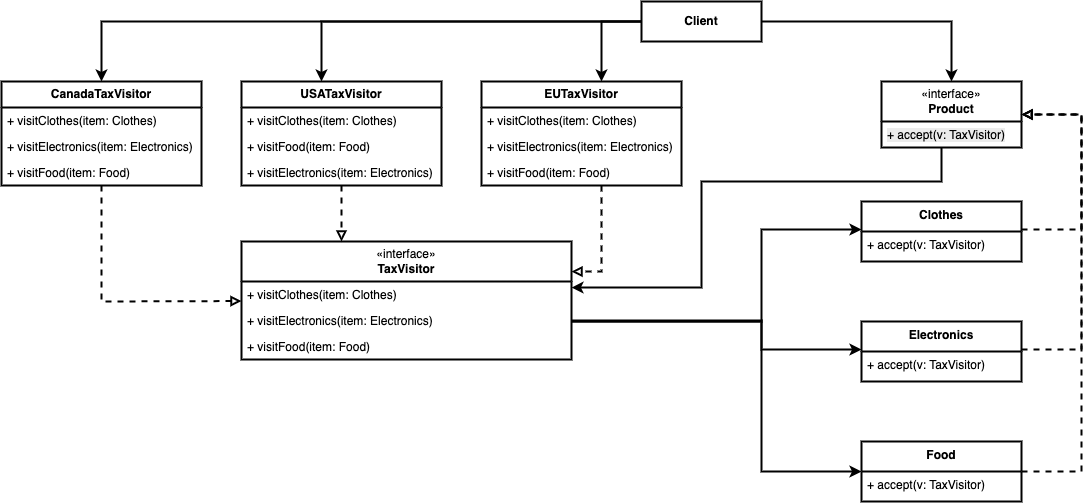
Above: Visitor/Diagram/Solution.drawio.png in namkiet/Seminar-CS202 (draw.io), before the change. Source tidied: cells renumbered, new cells last; positions are measured from the earlier drawing's top-left corner, leaving out a move shared by most shapes.
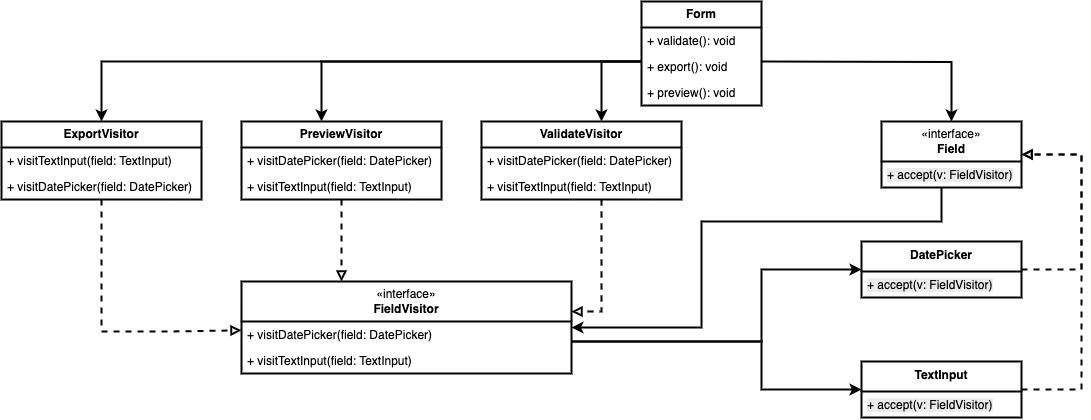
After the commit.

What changed in the source:
```diff
@@ -10,39 +10,41 @@
         </Array>
       </mxGeometry>
     </mxCell>
-    <mxCell id="3" value="Clothes" style="swimlane;fontStyle=1;align=center;verticalAlign=top;horizontal=1;startSize=30;whiteSpace=wrap;html=1;strokeWidth=2;" parent="1" vertex="1">
-      <mxGeometry x="860" y="200" width="160" height="60" as="geometry" />
+    <mxCell id="3" value="DatePicker" style="swimlane;fontStyle=1;align=center;verticalAlign=top;horizontal=1;startSize=30;whiteSpace=wrap;html=1;strokeWidth=2;" parent="1" vertex="1">
+      <mxGeometry x="860" y="200" width="160" height="56" as="geometry" />
     </mxCell>
-    <mxCell id="4" value="+ accept(v: TaxVisitor)" style="text;strokeColor=none;fillColor=none;align=left;verticalAlign=top;spacingLeft=4;spacingRight=4;overflow=hidden;whiteSpace=wrap;html=1;strokeWidth=2;" parent="3" vertex="1">
-      <mxGeometry y="30" width="160" height="30" as="geometry" />
-    </mxCell>
+    <mxCell id="41" value="&lt;span style=&quot;color: rgb(0, 0, 0); font-family: Helvetica; font-size: 12px; font-style: normal; font-variant-ligatures: normal; font-variant-caps: normal; font-weight: 400; letter-spacing: normal; orphans: 2; text-align: left; text-indent: 0px; text-transform: none; widows: 2; word-spacing: 0px; -webkit-text-stroke-width: 0px; white-space: normal; background-color: rgb(236, 236, 236); text-decoration-thickness: initial; text-decoration-style: initial; text-decoration-color: initial; float: none; display: inline !important;&quot;&gt;+ accept(v: FieldVisitor)&lt;/span&gt;" style="text;strokeColor=none;fillColor=none;align=left;verticalAlign=top;spacingLeft=4;spacingRight=4;overflow=hidden;whiteSpace=wrap;html=1;strokeWidth=2;" parent="3" vertex="1">
+      <mxGeometry y="30" width="160" height="26" as="geometry" />
+    </mxCell>
-    <mxCell id="5" style="edgeStyle=orthogonalEdgeStyle;rounded=0;jettySize=auto;html=1;exitX=1;exitY=0.5;exitDx=0;exitDy=0;entryX=0.5;entryY=0;entryDx=0;entryDy=0;strokeWidth=2;" parent="1" edge="1" source="9" target="21">
-      <mxGeometry relative="1" as="geometry" />
+    <mxCell id="5" style="edgeStyle=orthogonalEdgeStyle;rounded=0;jettySize=auto;html=1;exitX=1;exitY=0.5;exitDx=0;exitDy=0;entryX=0.5;entryY=0;entryDx=0;entryDy=0;strokeWidth=2;" parent="1" edge="1" target="21">
+      <mxGeometry relative="1" as="geometry">
+        <mxPoint x="760" y="20" as="sourcePoint" />
+      </mxGeometry>
     </mxCell>
-    <mxCell id="6" style="edgeStyle=orthogonalEdgeStyle;rounded=0;jettySize=auto;html=1;strokeWidth=2;" parent="1" edge="1" source="9" target="24">
+    <mxCell id="6" style="edgeStyle=orthogonalEdgeStyle;rounded=0;jettySize=auto;html=1;strokeWidth=2;" parent="1" edge="1" target="24">
       <mxGeometry relative="1" as="geometry">
+        <mxPoint x="640" y="20.1" as="sourcePoint" />
         <Array as="points">
           <mxPoint x="320" y="20" />
         </Array>
       </mxGeometry>
     </mxCell>
-    <mxCell id="7" style="edgeStyle=orthogonalEdgeStyle;rounded=0;jettySize=auto;html=1;strokeWidth=2;" parent="1" edge="1" source="9" target="29">
+    <mxCell id="7" style="edgeStyle=orthogonalEdgeStyle;rounded=0;jettySize=auto;html=1;strokeWidth=2;" parent="1" edge="1" target="29">
       <mxGeometry relative="1" as="geometry">
+        <mxPoint x="640" y="20.1" as="sourcePoint" />
         <Array as="points">
           <mxPoint x="600" y="20" />
         </Array>
       </mxGeometry>
     </mxCell>
-    <mxCell id="8" style="edgeStyle=none;html=1;rounded=0;curved=0;strokeWidth=2;" parent="1" edge="1" source="9" target="34">
+    <mxCell id="8" style="edgeStyle=none;html=1;rounded=0;curved=0;strokeWidth=2;" parent="1" edge="1" target="34">
       <mxGeometry relative="1" as="geometry">
+        <mxPoint x="640" y="20" as="sourcePoint" />
         <Array as="points">
           <mxPoint x="100" y="20" />
         </Array>
       </mxGeometry>
     </mxCell>
-    <mxCell id="9" value="&lt;b&gt;Client&lt;/b&gt;" style="html=1;whiteSpace=wrap;strokeWidth=2;" parent="1" vertex="1">
-      <mxGeometry x="640" width="120" height="40" as="geometry" />
-    </mxCell>
     <mxCell id="10" style="edgeStyle=orthogonalEdgeStyle;rounded=0;jettySize=auto;html=1;dashed=1;endArrow=block;endFill=0;strokeWidth=2;" parent="1" edge="1" source="11" target="21">
       <mxGeometry relative="1" as="geometry">
         <Array as="points">
@@ -50,16 +52,16 @@
         </Array>
       </mxGeometry>
     </mxCell>
-    <mxCell id="11" value="Electronics" style="swimlane;fontStyle=1;align=center;verticalAlign=top;horizontal=1;startSize=30;whiteSpace=wrap;html=1;strokeWidth=2;" parent="1" vertex="1">
-      <mxGeometry x="860" y="320" width="160" height="60" as="geometry" />
+    <mxCell id="11" value="TextInput" style="swimlane;fontStyle=1;align=center;verticalAlign=top;horizontal=1;startSize=30;whiteSpace=wrap;html=1;strokeWidth=2;" parent="1" vertex="1">
+      <mxGeometry x="860" y="320" width="160" height="56" as="geometry" />
     </mxCell>
-    <mxCell id="12" value="+ accept(v: TaxVisitor)" style="text;strokeColor=none;fillColor=none;align=left;verticalAlign=top;spacingLeft=4;spacingRight=4;overflow=hidden;whiteSpace=wrap;html=1;strokeWidth=2;" parent="11" vertex="1">
-      <mxGeometry y="30" width="160" height="30" as="geometry" />
-    </mxCell>
+    <mxCell id="42" value="&lt;span style=&quot;color: rgb(0, 0, 0); font-family: Helvetica; font-size: 12px; font-style: normal; font-variant-ligatures: normal; font-variant-caps: normal; font-weight: 400; letter-spacing: normal; orphans: 2; text-align: left; text-indent: 0px; text-transform: none; widows: 2; word-spacing: 0px; -webkit-text-stroke-width: 0px; white-space: normal; background-color: rgb(236, 236, 236); text-decoration-thickness: initial; text-decoration-style: initial; text-decoration-color: initial; float: none; display: inline !important;&quot;&gt;+ accept(v: FieldVisitor)&lt;/span&gt;" style="text;strokeColor=none;fillColor=none;align=left;verticalAlign=top;spacingLeft=4;spacingRight=4;overflow=hidden;whiteSpace=wrap;html=1;strokeWidth=2;" parent="11" vertex="1">
+      <mxGeometry y="30" width="160" height="26" as="geometry" />
+    </mxCell>
     <mxCell id="13" style="edgeStyle=orthogonalEdgeStyle;rounded=0;jettySize=auto;html=1;strokeWidth=2;" parent="1" edge="1" source="16" target="3">
       <mxGeometry relative="1" as="geometry">
         <Array as="points">
-          <mxPoint x="760" y="320" />
+          <mxPoint x="760" y="300" />
           <mxPoint x="760" y="228" />
         </Array>
       </mxGeometry>
@@ -67,31 +69,20 @@
     <mxCell id="14" style="edgeStyle=orthogonalEdgeStyle;rounded=0;jettySize=auto;html=1;strokeWidth=2;" parent="1" edge="1" source="16" target="11">
       <mxGeometry relative="1" as="geometry">
         <Array as="points">
-          <mxPoint x="760" y="320" />
+          <mxPoint x="760" y="300" />
           <mxPoint x="760" y="348" />
         </Array>
       </mxGeometry>
     </mxCell>
-    <mxCell id="15" style="edgeStyle=none;html=1;strokeWidth=2;rounded=0;curved=0;exitX=1;exitY=0.5;exitDx=0;exitDy=0;" parent="1" edge="1" source="18" target="39">
-      <mxGeometry relative="1" as="geometry">
-        <Array as="points">
-          <mxPoint x="760" y="319" />
-          <mxPoint x="760" y="470" />
-        </Array>
-      </mxGeometry>
-    </mxCell>
-    <mxCell id="16" value="«interface»&lt;br&gt;&lt;b&gt;TaxVisitor&lt;/b&gt;" style="swimlane;fontStyle=0;horizontal=1;startSize=40;fillColor=none;whiteSpace=wrap;html=1;strokeWidth=2;" parent="1" vertex="1">
-      <mxGeometry x="240" y="240" width="330" height="118" as="geometry" />
+    <mxCell id="16" value="«interface»&lt;br&gt;&lt;span style=&quot;color: rgb(0, 0, 0); text-align: left;&quot;&gt;&lt;b&gt;FieldVisitor&lt;/b&gt;&lt;/span&gt;" style="swimlane;fontStyle=0;horizontal=1;startSize=40;fillColor=none;whiteSpace=wrap;html=1;strokeWidth=2;" parent="1" vertex="1">
+      <mxGeometry x="240" y="240" width="330" height="92" as="geometry" />
     </mxCell>
-    <mxCell id="17" value="+ visitClothes(item: Clothes)" style="text;strokeColor=none;fillColor=none;align=left;verticalAlign=top;spacingLeft=4;spacingRight=4;overflow=hidden;whiteSpace=wrap;html=1;strokeWidth=2;" parent="16" vertex="1">
+    <mxCell id="17" value="+ visitDatePicker(field: DatePicker)" style="text;strokeColor=none;fillColor=none;align=left;verticalAlign=top;spacingLeft=4;spacingRight=4;overflow=hidden;whiteSpace=wrap;html=1;strokeWidth=2;" parent="16" vertex="1">
       <mxGeometry y="40" width="330" height="26" as="geometry" />
     </mxCell>
-    <mxCell id="18" value="&lt;span style=&quot;color: rgb(0, 0, 0);&quot;&gt;+ visit&lt;/span&gt;&lt;span style=&quot;color: rgb(0, 0, 0);&quot;&gt;Electronics&lt;/span&gt;&lt;span style=&quot;color: rgb(0, 0, 0);&quot;&gt;(item: Electronics)&lt;/span&gt;" style="text;strokeColor=none;fillColor=none;align=left;verticalAlign=top;spacingLeft=4;spacingRight=4;overflow=hidden;points=[[0,0.5],[1,0.5]];portConstraint=eastwest;whiteSpace=wrap;html=1;strokeWidth=2;" parent="16" vertex="1">
+    <mxCell id="18" value="&lt;span style=&quot;color: rgb(0, 0, 0);&quot;&gt;+ visitTextInput(field: TextInput)&lt;/span&gt;" style="text;strokeColor=none;fillColor=none;align=left;verticalAlign=top;spacingLeft=4;spacingRight=4;overflow=hidden;points=[[0,0.5],[1,0.5]];portConstraint=eastwest;whiteSpace=wrap;html=1;strokeWidth=2;" parent="16" vertex="1">
       <mxGeometry y="66" width="330" height="26" as="geometry" />
     </mxCell>
-    <mxCell id="19" value="&lt;span style=&quot;color: rgb(0, 0, 0);&quot;&gt;+ visit&lt;/span&gt;&lt;span style=&quot;color: rgb(0, 0, 0);&quot;&gt;Food&lt;/span&gt;&lt;span style=&quot;color: rgb(0, 0, 0);&quot;&gt;(item: Food)&lt;/span&gt;" style="text;strokeColor=none;fillColor=none;align=left;verticalAlign=top;spacingLeft=4;spacingRight=4;overflow=hidden;whiteSpace=wrap;html=1;strokeWidth=2;" parent="16" vertex="1">
-      <mxGeometry y="92" width="330" height="26" as="geometry" />
-    </mxCell>
     <mxCell id="20" style="edgeStyle=orthogonalEdgeStyle;rounded=0;jettySize=auto;html=1;strokeWidth=2;" parent="1" edge="1" source="21" target="16">
       <mxGeometry relative="1" as="geometry">
         <Array as="points">
@@ -101,10 +92,10 @@
         </Array>
       </mxGeometry>
     </mxCell>
-    <mxCell id="21" value="«interface»&lt;br&gt;&lt;b&gt;Product&lt;/b&gt;" style="swimlane;fontStyle=0;horizontal=1;startSize=40;fillColor=none;whiteSpace=wrap;html=1;strokeWidth=2;" parent="1" vertex="1">
+    <mxCell id="21" value="«interface»&lt;br&gt;&lt;b&gt;Field&lt;/b&gt;" style="swimlane;fontStyle=0;horizontal=1;startSize=40;fillColor=none;whiteSpace=wrap;html=1;strokeWidth=2;" parent="1" vertex="1">
       <mxGeometry x="880" y="80" width="140" height="66" as="geometry" />
     </mxCell>
-    <mxCell id="22" value="&lt;span style=&quot;color: rgb(0, 0, 0); font-family: Helvetica; font-size: 12px; font-style: normal; font-variant-ligatures: normal; font-variant-caps: normal; font-weight: 400; letter-spacing: normal; orphans: 2; text-align: left; text-indent: 0px; text-transform: none; widows: 2; word-spacing: 0px; -webkit-text-stroke-width: 0px; white-space: normal; background-color: rgb(236, 236, 236); text-decoration-thickness: initial; text-decoration-style: initial; text-decoration-color: initial; float: none; display: inline !important;&quot;&gt;+ accept(v: TaxVisitor)&lt;/span&gt;" style="text;strokeColor=none;fillColor=none;align=left;verticalAlign=top;spacingLeft=4;spacingRight=4;overflow=hidden;whiteSpace=wrap;html=1;strokeWidth=2;" parent="21" vertex="1">
+    <mxCell id="22" value="&lt;span style=&quot;color: rgb(0, 0, 0); font-family: Helvetica; font-size: 12px; font-style: normal; font-variant-ligatures: normal; font-variant-caps: normal; font-weight: 400; letter-spacing: normal; orphans: 2; text-align: left; text-indent: 0px; text-transform: none; widows: 2; word-spacing: 0px; -webkit-text-stroke-width: 0px; white-space: normal; background-color: rgb(236, 236, 236); text-decoration-thickness: initial; text-decoration-style: initial; text-decoration-color: initial; float: none; display: inline !important;&quot;&gt;+ accept(v: FieldVisitor)&lt;/span&gt;" style="text;strokeColor=none;fillColor=none;align=left;verticalAlign=top;spacingLeft=4;spacingRight=4;overflow=hidden;whiteSpace=wrap;html=1;strokeWidth=2;" parent="21" vertex="1">
       <mxGeometry y="40" width="140" height="26" as="geometry" />
     </mxCell>
     <mxCell id="23" style="edgeStyle=orthogonalEdgeStyle;rounded=0;jettySize=auto;html=1;dashed=1;endArrow=block;endFill=0;strokeWidth=2;" parent="1" edge="1" source="24" target="16">
@@ -114,18 +105,15 @@
         </Array>
       </mxGeometry>
     </mxCell>
-    <mxCell id="24" value="&lt;span style=&quot;font-weight: 700;&quot;&gt;USATaxVisitor&lt;/span&gt;" style="swimlane;fontStyle=0;horizontal=1;startSize=26;fillColor=none;whiteSpace=wrap;html=1;strokeWidth=2;" parent="1" vertex="1">
-      <mxGeometry x="240" y="80" width="200" height="104" as="geometry" />
+    <mxCell id="24" value="&lt;span style=&quot;font-weight: 700;&quot;&gt;PreviewVisitor&lt;/span&gt;" style="swimlane;fontStyle=0;horizontal=1;startSize=26;fillColor=none;whiteSpace=wrap;html=1;strokeWidth=2;" parent="1" vertex="1">
+      <mxGeometry x="240" y="80" width="200" height="78" as="geometry" />
     </mxCell>
-    <mxCell id="25" value="+ visitClothes(item: Clothes)" style="text;strokeColor=none;fillColor=none;align=left;verticalAlign=top;spacingLeft=4;spacingRight=4;overflow=hidden;whiteSpace=wrap;html=1;strokeWidth=2;" parent="24" vertex="1">
-      <mxGeometry y="26" width="200" height="26" as="geometry" />
-    </mxCell>
-    <mxCell id="26" value="&lt;span style=&quot;color: rgb(0, 0, 0);&quot;&gt;+ visit&lt;/span&gt;&lt;span style=&quot;color: rgb(0, 0, 0);&quot;&gt;Food&lt;/span&gt;&lt;span style=&quot;color: rgb(0, 0, 0);&quot;&gt;(item: Food)&lt;/span&gt;" style="text;strokeColor=none;fillColor=none;align=left;verticalAlign=top;spacingLeft=4;spacingRight=4;overflow=hidden;whiteSpace=wrap;html=1;strokeWidth=2;" parent="24" vertex="1">
-      <mxGeometry y="52" width="200" height="26" as="geometry" />
-    </mxCell>
-    <mxCell id="27" value="&lt;span style=&quot;color: rgb(0, 0, 0);&quot;&gt;+ visit&lt;/span&gt;&lt;span style=&quot;color: rgb(0, 0, 0);&quot;&gt;Electronics&lt;/span&gt;&lt;span style=&quot;color: rgb(0, 0, 0);&quot;&gt;(item: Electronics)&lt;/span&gt;" style="text;strokeColor=none;fillColor=none;align=left;verticalAlign=top;spacingLeft=4;spacingRight=4;overflow=hidden;whiteSpace=wrap;html=1;strokeWidth=2;" parent="24" vertex="1">
-      <mxGeometry y="78" width="200" height="26" as="geometry" />
-    </mxCell>
+    <mxCell id="43" value="+ visitDatePicker(field: DatePicker)" style="text;strokeColor=none;fillColor=none;align=left;verticalAlign=top;spacingLeft=4;spacingRight=4;overflow=hidden;whiteSpace=wrap;html=1;strokeWidth=2;" parent="24" vertex="1">
+      <mxGeometry y="26" width="200" height="26" as="geometry" />
+    </mxCell>
+    <mxCell id="44" value="&lt;span style=&quot;color: rgb(0, 0, 0);&quot;&gt;+ visitTextInput(field: TextInput)&lt;/span&gt;" style="text;strokeColor=none;fillColor=none;align=left;verticalAlign=top;spacingLeft=4;spacingRight=4;overflow=hidden;whiteSpace=wrap;html=1;strokeWidth=2;" parent="24" vertex="1">
+      <mxGeometry y="52" width="200" height="26" as="geometry" />
+    </mxCell>
     <mxCell id="28" style="edgeStyle=orthogonalEdgeStyle;rounded=0;jettySize=auto;html=1;dashed=1;endArrow=block;endFill=0;strokeWidth=2;" parent="1" edge="1" source="29" target="16">
       <mxGeometry relative="1" as="geometry">
         <Array as="points">
@@ -133,50 +121,43 @@
         </Array>
       </mxGeometry>
     </mxCell>
-    <mxCell id="29" value="&lt;span style=&quot;font-weight: 700;&quot;&gt;EUTaxVisitor&lt;/span&gt;" style="swimlane;fontStyle=0;horizontal=1;startSize=26;fillColor=none;whiteSpace=wrap;html=1;strokeWidth=2;" parent="1" vertex="1">
-      <mxGeometry x="480" y="80" width="200" height="104" as="geometry" />
+    <mxCell id="29" value="&lt;span style=&quot;font-weight: 700;&quot;&gt;ValidateVisitor&lt;/span&gt;" style="swimlane;fontStyle=0;horizontal=1;startSize=26;fillColor=none;whiteSpace=wrap;html=1;strokeWidth=2;" parent="1" vertex="1">
+      <mxGeometry x="480" y="80" width="200" height="78" as="geometry" />
     </mxCell>
-    <mxCell id="30" value="+ visitClothes(item: Clothes)" style="text;strokeColor=none;fillColor=none;align=left;verticalAlign=top;spacingLeft=4;spacingRight=4;overflow=hidden;whiteSpace=wrap;html=1;strokeWidth=2;" parent="29" vertex="1">
-      <mxGeometry y="26" width="200" height="26" as="geometry" />
-    </mxCell>
-    <mxCell id="31" value="&lt;span style=&quot;color: rgb(0, 0, 0);&quot;&gt;+ visit&lt;/span&gt;&lt;span style=&quot;color: rgb(0, 0, 0);&quot;&gt;Electronics&lt;/span&gt;&lt;span style=&quot;color: rgb(0, 0, 0);&quot;&gt;(item: Electronics)&lt;/span&gt;" style="text;strokeColor=none;fillColor=none;align=left;verticalAlign=top;spacingLeft=4;spacingRight=4;overflow=hidden;whiteSpace=wrap;html=1;strokeWidth=2;" parent="29" vertex="1">
-      <mxGeometry y="52" width="200" height="26" as="geometry" />
-    </mxCell>
-    <mxCell id="32" value="&lt;span style=&quot;color: rgb(0, 0, 0);&quot;&gt;+ visit&lt;/span&gt;&lt;span style=&quot;color: rgb(0, 0, 0);&quot;&gt;Food&lt;/span&gt;&lt;span style=&quot;color: rgb(0, 0, 0);&quot;&gt;(item: Food)&lt;/span&gt;" style="text;strokeColor=none;fillColor=none;align=left;verticalAlign=top;spacingLeft=4;spacingRight=4;overflow=hidden;whiteSpace=wrap;html=1;strokeWidth=2;" parent="29" vertex="1">
-      <mxGeometry y="78" width="200" height="26" as="geometry" />
-    </mxCell>
+    <mxCell id="45" value="+ visitDatePicker(field: DatePicker)" style="text;strokeColor=none;fillColor=none;align=left;verticalAlign=top;spacingLeft=4;spacingRight=4;overflow=hidden;whiteSpace=wrap;html=1;strokeWidth=2;" parent="29" vertex="1">
+      <mxGeometry y="26" width="200" height="26" as="geometry" />
+    </mxCell>
+    <mxCell id="46" value="&lt;span style=&quot;color: rgb(0, 0, 0);&quot;&gt;+ visitTextInput(field: TextInput)&lt;/span&gt;" style="text;strokeColor=none;fillColor=none;align=left;verticalAlign=top;spacingLeft=4;spacingRight=4;overflow=hidden;whiteSpace=wrap;html=1;strokeWidth=2;" parent="29" vertex="1">
+      <mxGeometry y="52" width="200" height="26" as="geometry" />
+    </mxCell>
     <mxCell id="33" style="edgeStyle=none;html=1;rounded=0;curved=0;strokeWidth=2;dashed=1;endArrow=block;endFill=0;" parent="1" edge="1" source="34" target="16">
       <mxGeometry relative="1" as="geometry">
         <Array as="points">
-          <mxPoint x="100" y="300" />
+          <mxPoint x="100" y="290" />
+          <mxPoint x="170" y="290" />
         </Array>
       </mxGeometry>
     </mxCell>
-    <mxCell id="34" value="&lt;span style=&quot;font-weight: 700;&quot;&gt;CanadaTaxVisitor&lt;/span&gt;" style="swimlane;fontStyle=0;horizontal=1;startSize=26;fillColor=none;whiteSpace=wrap;html=1;strokeWidth=2;" parent="1" vertex="1">
-      <mxGeometry y="80" width="200" height="104" as="geometry" />
+    <mxCell id="34" value="&lt;span style=&quot;font-weight: 700;&quot;&gt;ExportVisitor&lt;/span&gt;" style="swimlane;fontStyle=0;horizontal=1;startSize=26;fillColor=none;whiteSpace=wrap;html=1;strokeWidth=2;" parent="1" vertex="1">
+      <mxGeometry y="80" width="200" height="78" as="geometry" />
     </mxCell>
-    <mxCell id="35" value="+ visitClothes(item: Clothes)" style="text;strokeColor=none;fillColor=none;align=left;verticalAlign=top;spacingLeft=4;spacingRight=4;overflow=hidden;whiteSpace=wrap;html=1;strokeWidth=2;" parent="34" vertex="1">
-      <mxGeometry y="26" width="200" height="26" as="geometry" />
-    </mxCell>
-    <mxCell id="36" value="&lt;span style=&quot;color: rgb(0, 0, 0);&quot;&gt;+ visit&lt;/span&gt;&lt;span style=&quot;color: rgb(0, 0, 0);&quot;&gt;Electronics&lt;/span&gt;&lt;span style=&quot;color: rgb(0, 0, 0);&quot;&gt;(item: Electronics)&lt;/span&gt;" style="text;strokeColor=none;fillColor=none;align=left;verticalAlign=top;spacingLeft=4;spacingRight=4;overflow=hidden;whiteSpace=wrap;html=1;strokeWidth=2;" parent="34" vertex="1">
-      <mxGeometry y="52" width="200" height="26" as="geometry" />
-    </mxCell>
-    <mxCell id="37" value="&lt;span style=&quot;color: rgb(0, 0, 0);&quot;&gt;+ visit&lt;/span&gt;&lt;span style=&quot;color: rgb(0, 0, 0);&quot;&gt;Food&lt;/span&gt;&lt;span style=&quot;color: rgb(0, 0, 0);&quot;&gt;(item: Food)&lt;/span&gt;" style="text;strokeColor=none;fillColor=none;align=left;verticalAlign=top;spacingLeft=4;spacingRight=4;overflow=hidden;whiteSpace=wrap;html=1;strokeWidth=2;" parent="34" vertex="1">
-      <mxGeometry y="78" width="200" height="26" as="geometry" />
-    </mxCell>
-    <mxCell id="38" style="edgeStyle=none;html=1;strokeWidth=2;dashed=1;endArrow=block;endFill=0;rounded=0;curved=0;" parent="1" edge="1" source="39" target="21">
-      <mxGeometry relative="1" as="geometry">
-        <Array as="points">
-          <mxPoint x="1080" y="470" />
-          <mxPoint x="1080" y="113" />
-        </Array>
-      </mxGeometry>
-    </mxCell>
-    <mxCell id="39" value="Food" style="swimlane;fontStyle=1;align=center;verticalAlign=top;horizontal=1;startSize=30;whiteSpace=wrap;html=1;strokeWidth=2;" parent="1" vertex="1">
-      <mxGeometry x="860" y="440" width="160" height="60" as="geometry" />
-    </mxCell>
-    <mxCell id="40" value="+ accept(v: TaxVisitor)" style="text;strokeColor=none;fillColor=none;align=left;verticalAlign=top;spacingLeft=4;spacingRight=4;overflow=hidden;whiteSpace=wrap;html=1;strokeWidth=2;" parent="39" vertex="1">
-      <mxGeometry y="30" width="160" height="30" as="geometry" />
-    </mxCell>
+    <mxCell id="47" value="&lt;span style=&quot;color: rgb(0, 0, 0);&quot;&gt;+ visitTextInput(field: TextInput)&lt;/span&gt;" style="text;strokeColor=none;fillColor=none;align=left;verticalAlign=top;spacingLeft=4;spacingRight=4;overflow=hidden;whiteSpace=wrap;html=1;strokeWidth=2;" parent="34" vertex="1">
+      <mxGeometry y="26" width="200" height="26" as="geometry" />
+    </mxCell>
+    <mxCell id="48" value="+ visitDatePicker(field: DatePicker)" style="text;strokeColor=none;fillColor=none;align=left;verticalAlign=top;spacingLeft=4;spacingRight=4;overflow=hidden;whiteSpace=wrap;html=1;strokeWidth=2;" parent="34" vertex="1">
+      <mxGeometry y="52" width="200" height="26" as="geometry" />
+    </mxCell>
+    <mxCell id="49" value="&lt;b&gt;Form&lt;/b&gt;" style="swimlane;fontStyle=0;horizontal=1;startSize=26;fillColor=none;whiteSpace=wrap;html=1;strokeWidth=2;" parent="1" vertex="1">
+      <mxGeometry x="640" y="-40" width="120" height="104" as="geometry" />
+    </mxCell>
+    <mxCell id="50" value="+ validate(): void" style="text;strokeColor=none;fillColor=none;align=left;verticalAlign=top;spacingLeft=4;spacingRight=4;overflow=hidden;whiteSpace=wrap;html=1;" parent="49" vertex="1">
+      <mxGeometry y="26" width="120" height="26" as="geometry" />
+    </mxCell>
+    <mxCell id="51" value="+ export(): void" style="text;strokeColor=none;fillColor=none;align=left;verticalAlign=top;spacingLeft=4;spacingRight=4;overflow=hidden;whiteSpace=wrap;html=1;" parent="49" vertex="1">
+      <mxGeometry y="52" width="120" height="26" as="geometry" />
+    </mxCell>
+    <mxCell id="52" value="+ preview(): void" style="text;strokeColor=none;fillColor=none;align=left;verticalAlign=top;spacingLeft=4;spacingRight=4;overflow=hidden;whiteSpace=wrap;html=1;" parent="49" vertex="1">
+      <mxGeometry y="78" width="120" height="26" as="geometry" />
+    </mxCell>
   </root>
 </mxGraphModel>
```
